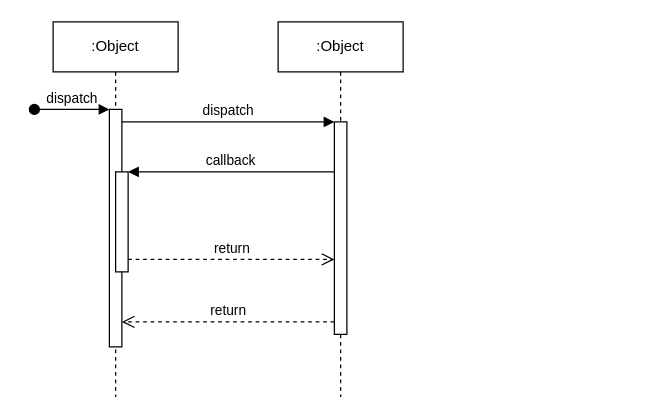
This is UML/Diagrama sem nome.drawio from MarceloP25/Sistema-de-Gestao-de-Coleta-de-Lixo-e-Reciclaveis---LPS, a draw.io file, before an edit. Source tidied: cells renumbered, new cells numbered last; positions are measured from the earlier drawing's top-left corner, leaving out a move shared by most shapes. Both pictures are drawn from the tidied source at 125%, with x=0, y=0 at pixel (34, 21).
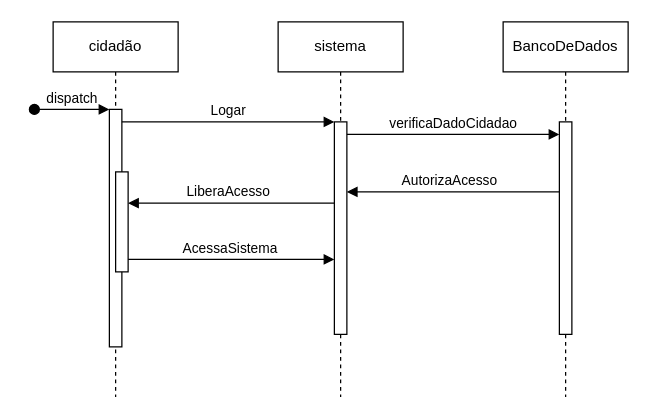
Above is the later version.

Commit message:
Actualizar Diagrama de sistema login.drawio

Unchanged cells that the change refers to:
```xml
<mxCell id="3" style="html=1;points=[];perimeter=orthogonalPerimeter;outlineConnect=0;targetShapes=umlLifeline;portConstraint=eastwest;newEdgeStyle={&quot;edgeStyle&quot;:&quot;elbowEdgeStyle&quot;,&quot;elbow&quot;:&quot;vertical&quot;,&quot;curved&quot;:0,&quot;rounded&quot;:0};" parent="2" vertex="1">
  <mxGeometry x="45" y="70" width="10" height="190" as="geometry" />
</mxCell>
<mxCell id="5" style="html=1;points=[];perimeter=orthogonalPerimeter;outlineConnect=0;targetShapes=umlLifeline;portConstraint=eastwest;newEdgeStyle={&quot;edgeStyle&quot;:&quot;elbowEdgeStyle&quot;,&quot;elbow&quot;:&quot;vertical&quot;,&quot;curved&quot;:0,&quot;rounded&quot;:0};" parent="2" vertex="1">
  <mxGeometry x="50" y="120" width="10" height="80" as="geometry" />
</mxCell>
<mxCell id="7" style="html=1;points=[];perimeter=orthogonalPerimeter;outlineConnect=0;targetShapes=umlLifeline;portConstraint=eastwest;newEdgeStyle={&quot;edgeStyle&quot;:&quot;elbowEdgeStyle&quot;,&quot;elbow&quot;:&quot;vertical&quot;,&quot;curved&quot;:0,&quot;rounded&quot;:0};" parent="6" vertex="1">
  <mxGeometry x="45" y="80" width="10" height="170" as="geometry" />
</mxCell>
```

Change to the diagram source:
```diff
@@
-    <mxCell id="2" value=":Object" style="shape=umlLifeline;perimeter=lifelinePerimeter;whiteSpace=wrap;html=1;newEdgeStyle={&quot;edgeStyle&quot;:&quot;elbowEdgeStyle&quot;,&quot;elbow&quot;:&quot;vertical&quot;,&quot;curved&quot;:0,&quot;rounded&quot;:0};" parent="1" vertex="1">
+    <mxCell id="2" value="cidadão" style="shape=umlLifeline;perimeter=lifelinePerimeter;whiteSpace=wrap;html=1;newEdgeStyle={&quot;edgeStyle&quot;:&quot;elbowEdgeStyle&quot;,&quot;elbow&quot;:&quot;vertical&quot;,&quot;curved&quot;:0,&quot;rounded&quot;:0};" parent="1" vertex="1">
       <mxGeometry x="15" width="100" height="300" as="geometry" />
     </mxCell>
@@
-    <mxCell id="6" value=":Object" style="shape=umlLifeline;perimeter=lifelinePerimeter;whiteSpace=wrap;html=1;newEdgeStyle={&quot;edgeStyle&quot;:&quot;elbowEdgeStyle&quot;,&quot;elbow&quot;:&quot;vertical&quot;,&quot;curved&quot;:0,&quot;rounded&quot;:0};" parent="1" vertex="1">
+    <mxCell id="6" value="sistema" style="shape=umlLifeline;perimeter=lifelinePerimeter;whiteSpace=wrap;html=1;newEdgeStyle={&quot;edgeStyle&quot;:&quot;elbowEdgeStyle&quot;,&quot;elbow&quot;:&quot;vertical&quot;,&quot;curved&quot;:0,&quot;rounded&quot;:0};" parent="1" vertex="1">
       <mxGeometry x="195" width="100" height="300" as="geometry" />
     </mxCell>
@@
-    <mxCell id="8" value="dispatch" style="html=1;verticalAlign=bottom;endArrow=block;edgeStyle=elbowEdgeStyle;elbow=vertical;curved=0;rounded=0;" parent="1" edge="1" source="3" target="7">
+    <mxCell id="8" value="Logar" style="html=1;verticalAlign=bottom;endArrow=block;edgeStyle=elbowEdgeStyle;elbow=horizontal;curved=0;rounded=0;" parent="1" edge="1" source="3" target="7">
       <mxGeometry relative="1" as="geometry">
         <Array as="points">
           <mxPoint x="155" y="80" />
         </Array>
       </mxGeometry>
     </mxCell>
-    <mxCell id="9" value="return" style="html=1;verticalAlign=bottom;endArrow=open;dashed=1;endSize=8;edgeStyle=elbowEdgeStyle;elbow=vertical;curved=0;rounded=0;" parent="1" edge="1" source="7" target="3">
-      <mxGeometry relative="1" as="geometry">
-        <Array as="points">
-          <mxPoint x="165" y="240" />
-        </Array>
-      </mxGeometry>
-    </mxCell>
-    <mxCell id="10" value="callback" style="html=1;verticalAlign=bottom;endArrow=block;edgeStyle=elbowEdgeStyle;elbow=vertical;curved=0;rounded=0;" parent="1" edge="1" source="7" target="5">
-      <mxGeometry relative="1" as="geometry">
+    <mxCell id="10" value="LiberaAcesso" style="html=1;verticalAlign=bottom;endArrow=block;edgeStyle=elbowEdgeStyle;elbow=vertical;curved=0;rounded=0;" parent="1" edge="1">
+      <mxGeometry x="0.03" relative="1" as="geometry">
+        <mxPoint x="240" y="145" as="sourcePoint" />
+        <mxPoint x="75" y="145" as="targetPoint" />
         <Array as="points">
-          <mxPoint x="165" y="120" />
+          <mxPoint x="165" y="145" />
         </Array>
       </mxGeometry>
     </mxCell>
-    <mxCell id="11" value="return" style="html=1;verticalAlign=bottom;endArrow=open;dashed=1;endSize=8;edgeStyle=elbowEdgeStyle;elbow=vertical;curved=0;rounded=0;" parent="1" edge="1" source="5" target="7">
-      <mxGeometry relative="1" as="geometry">
-        <Array as="points">
-          <mxPoint x="155" y="190" />
-        </Array>
-      </mxGeometry>
-    </mxCell>
+    <mxCell id="12" value="BancoDeDados" style="shape=umlLifeline;perimeter=lifelinePerimeter;whiteSpace=wrap;html=1;newEdgeStyle={&quot;edgeStyle&quot;:&quot;elbowEdgeStyle&quot;,&quot;elbow&quot;:&quot;vertical&quot;,&quot;curved&quot;:0,&quot;rounded&quot;:0};" parent="1" vertex="1">
+      <mxGeometry x="375" width="100" height="300" as="geometry" />
+    </mxCell>
+    <mxCell id="13" style="html=1;perimeter=orthogonalPerimeter;targetShapes=umlLifeline;newEdgeStyle={&quot;edgeStyle&quot;:&quot;elbowEdgeStyle&quot;,&quot;elbow&quot;:&quot;vertical&quot;,&quot;curved&quot;:0,&quot;rounded&quot;:0};" parent="12" vertex="1">
+      <mxGeometry x="45" y="80" width="10" height="170" as="geometry" />
+    </mxCell>
+    <mxCell id="14" value="verificaDadoCidadao" style="html=1;verticalAlign=bottom;endArrow=block;edgeStyle=elbowEdgeStyle;elbow=horizontal;curved=0;rounded=0;" parent="1" edge="1">
+      <mxGeometry relative="1" as="geometry">
+        <mxPoint x="250" y="90" as="sourcePoint" />
+        <mxPoint x="420" y="90" as="targetPoint" />
+        <Array as="points">
+          <mxPoint x="335" y="90" />
+        </Array>
+      </mxGeometry>
+    </mxCell>
+    <mxCell id="15" value="AutorizaAcesso" style="html=1;verticalAlign=bottom;endArrow=block;edgeStyle=elbowEdgeStyle;elbow=vertical;curved=0;rounded=0;" parent="1" edge="1" target="7">
+      <mxGeometry x="0.03" relative="1" as="geometry">
+        <mxPoint x="420" y="136" as="sourcePoint" />
+        <Array as="points">
+          <mxPoint x="345" y="136" />
+        </Array>
+      </mxGeometry>
+    </mxCell>
+    <mxCell id="16" value="AcessaSistema&amp;nbsp;" style="html=1;verticalAlign=bottom;endArrow=block;edgeStyle=elbowEdgeStyle;elbow=horizontal;curved=0;rounded=0;" parent="1" edge="1" target="7">
+      <mxGeometry relative="1" as="geometry">
+        <mxPoint x="75" y="190" as="sourcePoint" />
+        <Array as="points">
+          <mxPoint x="160" y="190" />
+        </Array>
+      </mxGeometry>
+    </mxCell>
```
